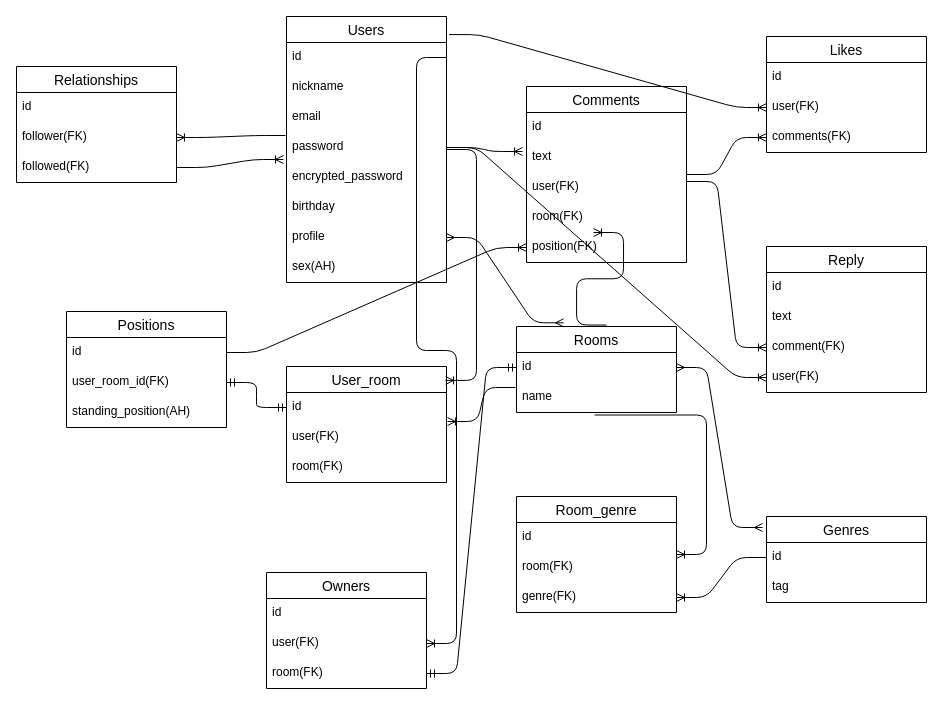
Before: ER図.dio in harukicode0/discussion_app_2022, a draw.io diagram. Source tidied: cells renumbered, new cells numbered last; positions are measured from the earlier drawing's top-left corner, leaving out a move shared by most shapes. Both pictures are drawn from the tidied source at 100%, with x=0, y=0 at pixel (16, 16).
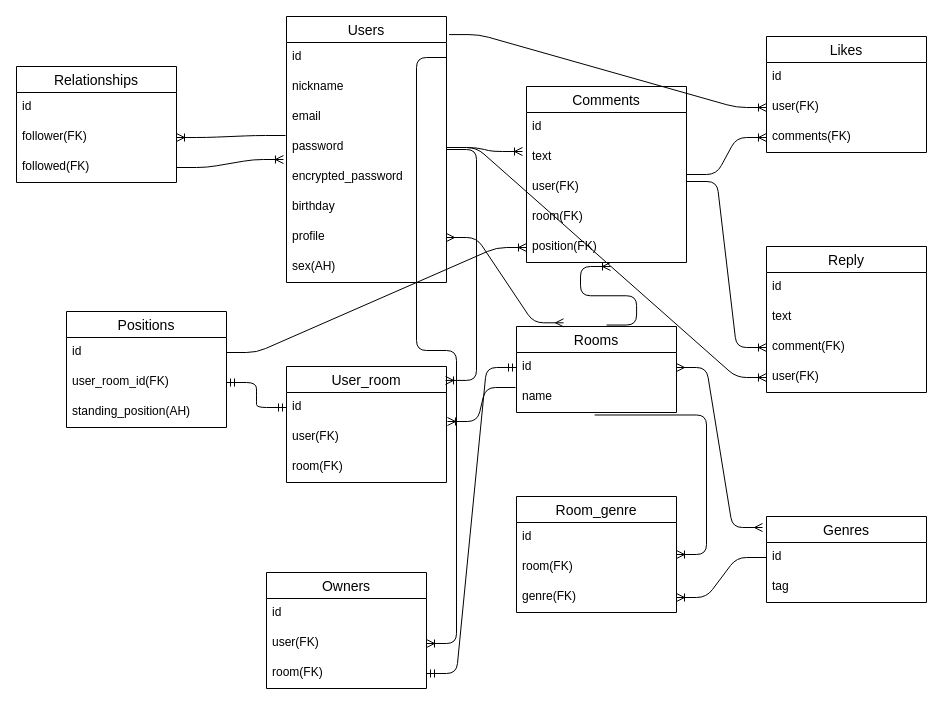
The same page after the edit.

Unchanged cells that the change refers to:
```xml
<mxCell id="11" value="Rooms" style="swimlane;fontStyle=0;horizontal=1;startSize=26;align=center;fontSize=14;" parent="1" vertex="1">
  <mxGeometry x="500" y="310" width="160" height="86" as="geometry" />
</mxCell>
<mxCell id="41" value="room(FK)" style="text;strokeColor=none;fillColor=none;spacingLeft=4;spacingRight=4;overflow=hidden;points=[[0,0.5],[1,0.5]];portConstraint=eastwest;fontSize=12;" parent="37" vertex="1">
  <mxGeometry y="116" width="160" height="30" as="geometry" />
</mxCell>
<mxCell id="42" value="position(FK)" style="text;strokeColor=none;fillColor=none;spacingLeft=4;spacingRight=4;overflow=hidden;points=[[0,0.5],[1,0.5]];portConstraint=eastwest;fontSize=12;" parent="37" vertex="1">
  <mxGeometry y="146" width="160" height="30" as="geometry" />
</mxCell>
```

Diff of the diagram source:
```diff
@@
-    <mxCell id="44" style="edgeStyle=entityRelationEdgeStyle;fontSize=12;html=1;endArrow=ERoneToMany;exitX=0.563;exitY=-0.017;exitDx=0;exitDy=0;exitPerimeter=0;entryX=0.419;entryY=1;entryDx=0;entryDy=0;entryPerimeter=0;" parent="1" edge="1" source="11" target="41">
+    <mxCell id="44" style="edgeStyle=entityRelationEdgeStyle;fontSize=12;html=1;endArrow=ERoneToMany;exitX=0.563;exitY=-0.017;exitDx=0;exitDy=0;exitPerimeter=0;entryX=0.525;entryY=1.133;entryDx=0;entryDy=0;entryPerimeter=0;" parent="1" edge="1" source="11" target="42">
       <mxGeometry relative="1" as="geometry" />
     </mxCell>
```
